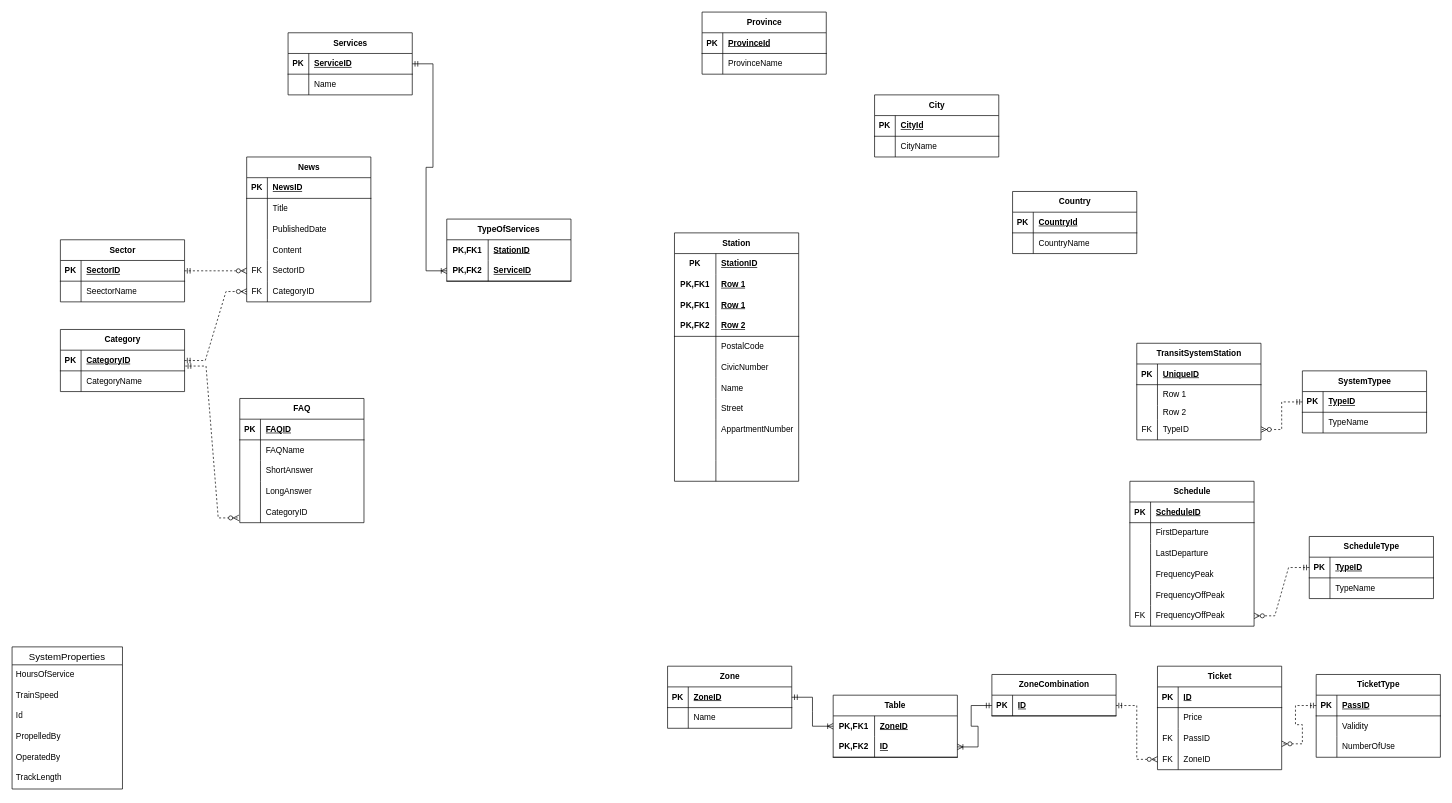
Earlier version of the draw.io diagram Untitled Diagram.drawio (gregguu/DB2). Source tidied: cells renumbered, new cells numbered last; positions are measured from the earlier drawing's top-left corner, leaving out a move shared by most shapes. Both pictures are drawn from the tidied source at 69%, with x=0, y=0 at pixel (12, 12).
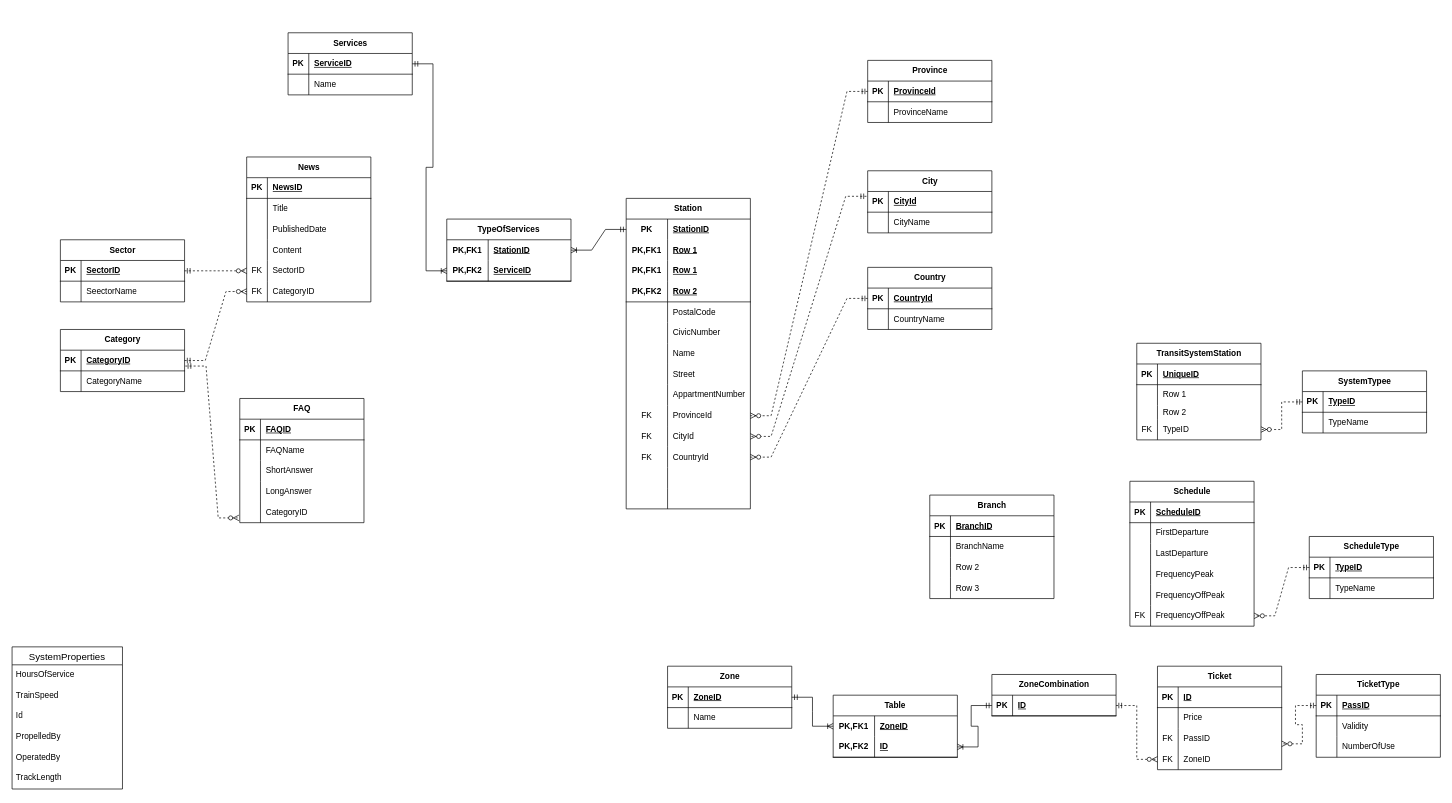
The same diagram, later.

The change refers to these unchanged cells:
```xml
<mxCell id="162" style="shape=tableRow;horizontal=0;startSize=0;swimlaneHead=0;swimlaneBody=0;fillColor=none;points=[[0,0.5],[1,0.5]];portConstraint=eastwest;top=0;left=0;right=0;bottom=0;html=1;" parent="161" vertex="1">
  <mxGeometry y="30" width="180" height="30" as="geometry" />
</mxCell>
<mxCell id="170" style="shape=tableRow;horizontal=0;startSize=0;swimlaneHead=0;swimlaneBody=0;fillColor=none;points=[[0,0.5],[1,0.5]];portConstraint=eastwest;top=0;left=0;right=0;bottom=1;" parent="169" vertex="1">
  <mxGeometry y="30" width="180" height="30" as="geometry" />
</mxCell>
<mxCell id="177" style="shape=tableRow;horizontal=0;startSize=0;swimlaneHead=0;swimlaneBody=0;fillColor=none;points=[[0,0.5],[1,0.5]];portConstraint=eastwest;top=0;left=0;right=0;bottom=1;" parent="176" vertex="1">
  <mxGeometry y="30" width="180" height="30" as="geometry" />
</mxCell>
<mxCell id="184" style="shape=tableRow;horizontal=0;startSize=0;swimlaneHead=0;swimlaneBody=0;fillColor=none;points=[[0,0.5],[1,0.5]];portConstraint=eastwest;top=0;left=0;right=0;bottom=1;" parent="183" vertex="1">
  <mxGeometry y="30" width="180" height="30" as="geometry" />
</mxCell>
<mxCell id="191" style="shape=tableRow;horizontal=0;startSize=0;swimlaneHead=0;swimlaneBody=0;fillColor=none;points=[[0,0.5],[1,0.5]];portConstraint=eastwest;top=0;left=0;right=0;bottom=0;html=1;" parent="190" vertex="1">
  <mxGeometry y="30" width="180" height="30" as="geometry" />
</mxCell>
<mxCell id="218" style="shape=tableRow;horizontal=0;startSize=0;swimlaneHead=0;swimlaneBody=0;fillColor=none;points=[[0,0.5],[1,0.5]];portConstraint=eastwest;top=0;left=0;right=0;bottom=0;html=1;" parent="190" vertex="1">
  <mxGeometry y="300" width="180" height="30" as="geometry" />
</mxCell>
<mxCell id="221" style="shape=tableRow;horizontal=0;startSize=0;swimlaneHead=0;swimlaneBody=0;fillColor=none;points=[[0,0.5],[1,0.5]];portConstraint=eastwest;top=0;left=0;right=0;bottom=0;html=1;" parent="190" vertex="1">
  <mxGeometry y="330" width="180" height="30" as="geometry" />
</mxCell>
```

Diff of the diagram source:
```diff
@@
     <mxCell id="169" value="Province" style="shape=table;startSize=30;childLayout=tableLayout;rowLines=0;fontStyle=1;align=center;html=1;" parent="1" vertex="1">
-      <mxGeometry x="1000" width="180" height="90" as="geometry" />
+      <mxGeometry x="1240" y="70" width="180" height="90" as="geometry" />
     </mxCell>
@@
     <mxCell id="176" value="City" style="shape=table;startSize=30;childLayout=tableLayout;rowLines=0;fontStyle=1;align=center;html=1;" parent="1" vertex="1">
-      <mxGeometry x="1250" y="120" width="180" height="90" as="geometry" />
+      <mxGeometry x="1240" y="230" width="180" height="90" as="geometry" />
     </mxCell>
@@
     <mxCell id="183" value="Country" style="shape=table;startSize=30;childLayout=tableLayout;rowLines=0;fontStyle=1;align=center;html=1;" parent="1" vertex="1">
-      <mxGeometry x="1450" y="260" width="180" height="90" as="geometry" />
+      <mxGeometry x="1240" y="370" width="180" height="90" as="geometry" />
     </mxCell>
@@
     <mxCell id="190" value="Station" style="shape=table;startSize=30;childLayout=tableLayout;rowLines=0;fontStyle=1;align=center;html=1;whiteSpace=wrap;" parent="1" vertex="1">
-      <mxGeometry x="960" y="320" width="180" height="360" as="geometry" />
+      <mxGeometry x="890" y="270" width="180" height="450" as="geometry" />
     </mxCell>
@@
-    <mxCell id="219" style="shape=partialRectangle;fillColor=none;top=0;left=0;bottom=0;right=0;overflow=hidden;html=1;whiteSpace=wrap;" parent="218" vertex="1">
+    <mxCell id="219" value="FK" style="shape=partialRectangle;fillColor=none;top=0;left=0;bottom=0;right=0;overflow=hidden;html=1;whiteSpace=wrap;" parent="218" vertex="1">
       <mxGeometry width="60" height="30" as="geometry" />
     </mxCell>
-    <mxCell id="220" style="shape=partialRectangle;fillColor=none;top=0;left=0;bottom=0;right=0;align=left;spacingLeft=6;overflow=hidden;html=1;whiteSpace=wrap;" parent="218" vertex="1">
+    <mxCell id="220" value="ProvinceId" style="shape=partialRectangle;fillColor=none;top=0;left=0;bottom=0;right=0;align=left;spacingLeft=6;overflow=hidden;html=1;whiteSpace=wrap;" parent="218" vertex="1">
       <mxGeometry x="60" width="120" height="30" as="geometry" />
     </mxCell>
@@
-    <mxCell id="222" style="shape=partialRectangle;fillColor=none;top=0;left=0;bottom=0;right=0;overflow=hidden;html=1;whiteSpace=wrap;" parent="221" vertex="1">
+    <mxCell id="222" value="FK" style="shape=partialRectangle;fillColor=none;top=0;left=0;bottom=0;right=0;overflow=hidden;html=1;whiteSpace=wrap;" parent="221" vertex="1">
       <mxGeometry width="60" height="30" as="geometry" />
     </mxCell>
-    <mxCell id="223" style="shape=partialRectangle;fillColor=none;top=0;left=0;bottom=0;right=0;align=left;spacingLeft=6;overflow=hidden;html=1;whiteSpace=wrap;" parent="221" vertex="1">
+    <mxCell id="223" value="CityId" style="shape=partialRectangle;fillColor=none;top=0;left=0;bottom=0;right=0;align=left;spacingLeft=6;overflow=hidden;html=1;whiteSpace=wrap;" parent="221" vertex="1">
       <mxGeometry x="60" width="120" height="30" as="geometry" />
     </mxCell>
+    <mxCell id="224" style="shape=tableRow;horizontal=0;startSize=0;swimlaneHead=0;swimlaneBody=0;fillColor=none;points=[[0,0.5],[1,0.5]];portConstraint=eastwest;top=0;left=0;right=0;bottom=0;html=1;" parent="190" vertex="1">
+      <mxGeometry y="360" width="180" height="30" as="geometry" />
+    </mxCell>
+    <mxCell id="225" value="FK" style="shape=partialRectangle;fillColor=none;top=0;left=0;bottom=0;right=0;overflow=hidden;html=1;whiteSpace=wrap;" parent="224" vertex="1">
+      <mxGeometry width="60" height="30" as="geometry" />
+    </mxCell>
+    <mxCell id="226" value="CountryId" style="shape=partialRectangle;fillColor=none;top=0;left=0;bottom=0;right=0;align=left;spacingLeft=6;overflow=hidden;html=1;whiteSpace=wrap;" parent="224" vertex="1">
+      <mxGeometry x="60" width="120" height="30" as="geometry" />
+    </mxCell>
+    <mxCell id="227" style="shape=tableRow;horizontal=0;startSize=0;swimlaneHead=0;swimlaneBody=0;fillColor=none;top=0;left=0;right=0;bottom=0;html=1;" parent="190" vertex="1">
+      <mxGeometry y="390" width="180" height="30" as="geometry" />
+    </mxCell>
+    <mxCell id="228" style="shape=partialRectangle;fillColor=none;top=0;left=0;bottom=0;right=0;overflow=hidden;html=1;whiteSpace=wrap;" parent="227" vertex="1">
+      <mxGeometry width="60" height="30" as="geometry" />
+    </mxCell>
+    <mxCell id="229" style="shape=partialRectangle;fillColor=none;top=0;left=0;bottom=0;right=0;align=left;spacingLeft=6;overflow=hidden;html=1;whiteSpace=wrap;" parent="227" vertex="1">
+      <mxGeometry x="60" width="120" height="30" as="geometry" />
+    </mxCell>
+    <mxCell id="230" style="shape=tableRow;horizontal=0;startSize=0;swimlaneHead=0;swimlaneBody=0;fillColor=none;top=0;left=0;right=0;bottom=0;html=1;" parent="190" vertex="1">
+      <mxGeometry y="420" width="180" height="30" as="geometry" />
+    </mxCell>
+    <mxCell id="231" style="shape=partialRectangle;fillColor=none;top=0;left=0;bottom=0;right=0;overflow=hidden;html=1;whiteSpace=wrap;" parent="230" vertex="1">
+      <mxGeometry width="60" height="30" as="geometry" />
+    </mxCell>
+    <mxCell id="232" style="shape=partialRectangle;fillColor=none;top=0;left=0;bottom=0;right=0;align=left;spacingLeft=6;overflow=hidden;html=1;whiteSpace=wrap;" parent="230" vertex="1">
+      <mxGeometry x="60" width="120" height="30" as="geometry" />
+    </mxCell>
+    <mxCell id="233" value="Branch" style="shape=table;startSize=30;childLayout=tableLayout;rowLines=0;fontStyle=1;align=center;html=1;" parent="1" vertex="1">
+      <mxGeometry x="1330" y="700" width="180" height="150" as="geometry" />
+    </mxCell>
+    <mxCell id="234" style="shape=tableRow;horizontal=0;startSize=0;swimlaneHead=0;swimlaneBody=0;fillColor=none;top=0;left=0;right=0;bottom=1;" parent="233" vertex="1">
+      <mxGeometry y="30" width="180" height="30" as="geometry" />
+    </mxCell>
+    <mxCell id="235" value="PK" style="shape=partialRectangle;fillColor=none;top=0;left=0;bottom=0;right=0;fontStyle=1;overflow=hidden;whiteSpace=wrap;html=1;" parent="234" vertex="1">
+      <mxGeometry width="30" height="30" as="geometry" />
+    </mxCell>
+    <mxCell id="236" value="BranchID" style="shape=partialRectangle;fillColor=none;top=0;left=0;bottom=0;right=0;align=left;spacingLeft=6;fontStyle=5;overflow=hidden;whiteSpace=wrap;html=1;" parent="234" vertex="1">
+      <mxGeometry x="30" width="150" height="30" as="geometry" />
+    </mxCell>
+    <mxCell id="237" style="shape=tableRow;horizontal=0;startSize=0;swimlaneHead=0;swimlaneBody=0;fillColor=none;top=0;left=0;right=0;bottom=0;" parent="233" vertex="1">
+      <mxGeometry y="60" width="180" height="30" as="geometry" />
+    </mxCell>
+    <mxCell id="238" style="shape=partialRectangle;fillColor=none;top=0;left=0;bottom=0;right=0;overflow=hidden;whiteSpace=wrap;html=1;" parent="237" vertex="1">
+      <mxGeometry width="30" height="30" as="geometry" />
+    </mxCell>
+    <mxCell id="239" value="BranchName" style="shape=partialRectangle;fillColor=none;top=0;left=0;bottom=0;right=0;align=left;spacingLeft=6;overflow=hidden;whiteSpace=wrap;html=1;" parent="237" vertex="1">
+      <mxGeometry x="30" width="150" height="30" as="geometry" />
+    </mxCell>
+    <mxCell id="240" style="shape=tableRow;horizontal=0;startSize=0;swimlaneHead=0;swimlaneBody=0;fillColor=none;top=0;left=0;right=0;bottom=0;" parent="233" vertex="1">
+      <mxGeometry y="90" width="180" height="30" as="geometry" />
+    </mxCell>
+    <mxCell id="241" style="shape=partialRectangle;fillColor=none;top=0;left=0;bottom=0;right=0;overflow=hidden;whiteSpace=wrap;html=1;" parent="240" vertex="1">
+      <mxGeometry width="30" height="30" as="geometry" />
+    </mxCell>
+    <mxCell id="242" value="Row 2" style="shape=partialRectangle;fillColor=none;top=0;left=0;bottom=0;right=0;align=left;spacingLeft=6;overflow=hidden;whiteSpace=wrap;html=1;" parent="240" vertex="1">
+      <mxGeometry x="30" width="150" height="30" as="geometry" />
+    </mxCell>
+    <mxCell id="243" style="shape=tableRow;horizontal=0;startSize=0;swimlaneHead=0;swimlaneBody=0;fillColor=none;top=0;left=0;right=0;bottom=0;" parent="233" vertex="1">
+      <mxGeometry y="120" width="180" height="30" as="geometry" />
+    </mxCell>
+    <mxCell id="244" style="shape=partialRectangle;fillColor=none;top=0;left=0;bottom=0;right=0;overflow=hidden;whiteSpace=wrap;html=1;" parent="243" vertex="1">
+      <mxGeometry width="30" height="30" as="geometry" />
+    </mxCell>
+    <mxCell id="245" value="Row 3" style="shape=partialRectangle;fillColor=none;top=0;left=0;bottom=0;right=0;align=left;spacingLeft=6;overflow=hidden;whiteSpace=wrap;html=1;" parent="243" vertex="1">
+      <mxGeometry x="30" width="150" height="30" as="geometry" />
+    </mxCell>
+    <mxCell id="246" style="edgeStyle=entityRelationEdgeStyle;fontSize=12;html=1;endArrow=ERoneToMany;startArrow=ERmandOne;rounded=0;entryX=1;entryY=0.5;entryDx=0;entryDy=0;exitX=0;exitY=0.5;exitDx=0;exitDy=0;" parent="1" edge="1" source="191" target="162">
+      <mxGeometry relative="1" as="geometry" />
+    </mxCell>
+    <mxCell id="247" style="edgeStyle=entityRelationEdgeStyle;fontSize=12;html=1;endArrow=ERzeroToMany;startArrow=ERmandOne;rounded=0;dashed=1;entryX=1;entryY=0.5;entryDx=0;entryDy=0;exitX=-0.01;exitY=0.233;exitDx=0;exitDy=0;exitPerimeter=0;" parent="1" edge="1" source="177" target="221">
+      <mxGeometry relative="1" as="geometry" />
+    </mxCell>
+    <mxCell id="248" style="edgeStyle=entityRelationEdgeStyle;fontSize=12;html=1;endArrow=ERzeroToMany;startArrow=ERmandOne;rounded=0;exitX=0;exitY=0.5;exitDx=0;exitDy=0;dashed=1;entryX=1;entryY=0.5;entryDx=0;entryDy=0;" parent="1" edge="1" source="184" target="224">
+      <mxGeometry relative="1" as="geometry" />
+    </mxCell>
+    <mxCell id="249" style="edgeStyle=entityRelationEdgeStyle;fontSize=12;html=1;endArrow=ERzeroToMany;startArrow=ERmandOne;rounded=0;exitX=0;exitY=0.5;exitDx=0;exitDy=0;dashed=1;entryX=1;entryY=0.5;entryDx=0;entryDy=0;" parent="1" edge="1" source="170" target="218">
+      <mxGeometry relative="1" as="geometry" />
+    </mxCell>
```
